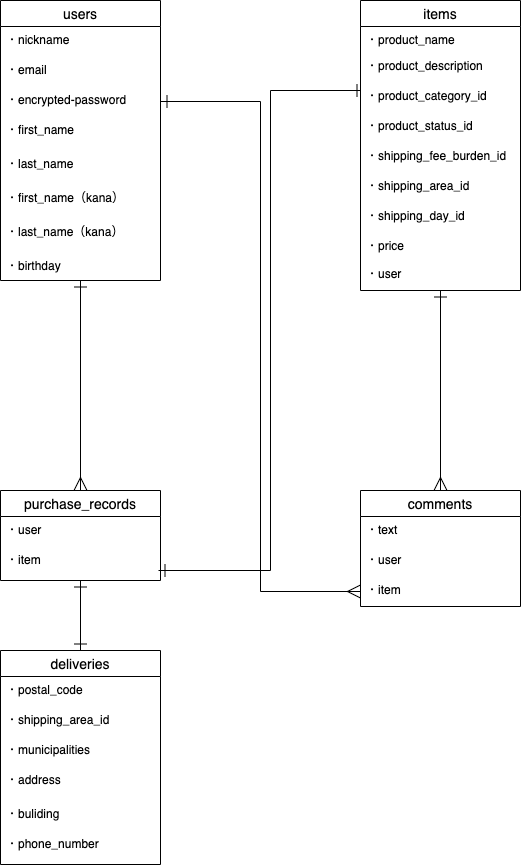
1414287356/furima-32888 keeps this draw.io diagram as furima.drawio.png. Above is the earlier version. Source tidied: cells renumbered, new cells last; positions are measured from the earlier drawing's top-left corner, leaving out a move shared by most shapes. The source it was exported from:
```xml
<mxGraphModel>
  <root>
    <mxCell id="0" />
    <mxCell id="1" parent="0" />
    <mxCell id="2" style="edgeStyle=orthogonalEdgeStyle;rounded=0;jettySize=auto;html=1;entryX=0.5;entryY=0;entryDx=0;entryDy=0;startArrow=ERone;startFill=0;startSize=11;endArrow=ERmany;endFill=0;endSize=11;strokeWidth=1;" parent="1" edge="1" source="3" target="29">
      <mxGeometry relative="1" as="geometry" />
    </mxCell>
    <mxCell id="3" value="users" style="swimlane;fontStyle=0;horizontal=1;startSize=26;align=center;fontSize=14;" parent="1" vertex="1">
      <mxGeometry width="160" height="280" as="geometry" />
    </mxCell>
    <mxCell id="4" value="・nickname" style="text;strokeColor=none;fillColor=none;spacingLeft=4;spacingRight=4;overflow=hidden;fontSize=12;" parent="3" vertex="1">
      <mxGeometry y="26" width="160" height="30" as="geometry" />
    </mxCell>
    <mxCell id="5" value="・email" style="text;strokeColor=none;fillColor=none;spacingLeft=4;spacingRight=4;overflow=hidden;fontSize=12;" parent="3" vertex="1">
      <mxGeometry y="56" width="160" height="30" as="geometry" />
    </mxCell>
    <mxCell id="6" value="・encrypted-password" style="text;strokeColor=none;fillColor=none;spacingLeft=4;spacingRight=4;overflow=hidden;points=[[0,0.5],[1,0.5]];portConstraint=eastwest;fontSize=12;" parent="3" vertex="1">
      <mxGeometry y="86" width="160" height="30" as="geometry" />
    </mxCell>
    <mxCell id="7" value="・first_name" style="text;strokeColor=none;fillColor=none;spacingLeft=4;spacingRight=4;overflow=hidden;fontSize=12;" parent="3" vertex="1">
      <mxGeometry y="116" width="160" height="34" as="geometry" />
    </mxCell>
    <mxCell id="8" value="・last_name" style="text;strokeColor=none;fillColor=none;spacingLeft=4;spacingRight=4;overflow=hidden;fontSize=12;" parent="3" vertex="1">
      <mxGeometry y="150" width="160" height="34" as="geometry" />
    </mxCell>
    <mxCell id="9" value="・first_name（kana）" style="text;strokeColor=none;fillColor=none;spacingLeft=4;spacingRight=4;overflow=hidden;fontSize=12;" parent="3" vertex="1">
      <mxGeometry y="184" width="160" height="34" as="geometry" />
    </mxCell>
    <mxCell id="10" value="・last_name（kana）" style="text;strokeColor=none;fillColor=none;spacingLeft=4;spacingRight=4;overflow=hidden;fontSize=12;" parent="3" vertex="1">
      <mxGeometry y="218" width="160" height="34" as="geometry" />
    </mxCell>
    <mxCell id="11" value="・birthday" style="text;strokeColor=none;fillColor=none;spacingLeft=4;spacingRight=4;overflow=hidden;fontSize=12;" parent="3" vertex="1">
      <mxGeometry y="252" width="160" height="28" as="geometry" />
    </mxCell>
    <mxCell id="12" style="edgeStyle=orthogonalEdgeStyle;rounded=0;jettySize=auto;html=1;entryX=0.5;entryY=0;entryDx=0;entryDy=0;startArrow=ERone;startFill=0;startSize=11;endArrow=ERmany;endFill=0;endSize=11;strokeWidth=1;" parent="1" edge="1" source="13" target="24">
      <mxGeometry relative="1" as="geometry" />
    </mxCell>
    <mxCell id="13" value="items" style="swimlane;fontStyle=0;horizontal=1;startSize=26;align=center;fontSize=14;" parent="1" vertex="1">
      <mxGeometry x="360" width="160" height="290" as="geometry" />
    </mxCell>
    <mxCell id="14" value="・product_name" style="text;strokeColor=none;fillColor=none;spacingLeft=4;spacingRight=4;overflow=hidden;fontSize=12;" parent="13" vertex="1">
      <mxGeometry y="26" width="160" height="26" as="geometry" />
    </mxCell>
    <mxCell id="15" value="・product_description" style="text;strokeColor=none;fillColor=none;spacingLeft=4;spacingRight=4;overflow=hidden;fontSize=12;" parent="13" vertex="1">
      <mxGeometry y="52" width="160" height="30" as="geometry" />
    </mxCell>
    <mxCell id="16" value="・product_category_id" style="text;strokeColor=none;fillColor=none;spacingLeft=4;spacingRight=4;overflow=hidden;fontSize=12;" parent="13" vertex="1">
      <mxGeometry y="82" width="160" height="30" as="geometry" />
    </mxCell>
    <mxCell id="17" style="edgeStyle=orthogonalEdgeStyle;rounded=0;orthogonalLoop=1;jettySize=auto;html=1;exitX=0.5;exitY=1;exitDx=0;exitDy=0;startArrow=ERone;startFill=0;startSize=11;endArrow=ERone;endFill=0;endSize=11;targetPerimeterSpacing=0;strokeWidth=1;" parent="13" edge="1">
      <mxGeometry relative="1" as="geometry">
        <mxPoint x="75" y="56" as="sourcePoint" />
        <mxPoint x="75" y="56" as="targetPoint" />
      </mxGeometry>
    </mxCell>
    <mxCell id="18" value="・product_status_id" style="text;strokeColor=none;fillColor=none;spacingLeft=4;spacingRight=4;overflow=hidden;fontSize=12;" parent="13" vertex="1">
      <mxGeometry y="112" width="160" height="30" as="geometry" />
    </mxCell>
    <mxCell id="19" value="・shipping_fee_burden_id" style="text;strokeColor=none;fillColor=none;spacingLeft=4;spacingRight=4;overflow=hidden;fontSize=12;" parent="13" vertex="1">
      <mxGeometry y="142" width="160" height="30" as="geometry" />
    </mxCell>
    <mxCell id="20" value="・shipping_area_id" style="text;strokeColor=none;fillColor=none;spacingLeft=4;spacingRight=4;overflow=hidden;fontSize=12;" parent="13" vertex="1">
      <mxGeometry y="172" width="160" height="30" as="geometry" />
    </mxCell>
    <mxCell id="21" value="・shipping_day_id" style="text;strokeColor=none;fillColor=none;spacingLeft=4;spacingRight=4;overflow=hidden;fontSize=12;" parent="13" vertex="1">
      <mxGeometry y="202" width="160" height="30" as="geometry" />
    </mxCell>
    <mxCell id="22" value="・price" style="text;strokeColor=none;fillColor=none;spacingLeft=4;spacingRight=4;overflow=hidden;fontSize=12;" parent="13" vertex="1">
      <mxGeometry y="232" width="160" height="28" as="geometry" />
    </mxCell>
    <mxCell id="23" value="・user" style="text;strokeColor=none;fillColor=none;spacingLeft=4;spacingRight=4;overflow=hidden;fontSize=12;sketch=1;" parent="13" vertex="1">
      <mxGeometry y="260" width="160" height="30" as="geometry" />
    </mxCell>
    <mxCell id="24" value="comments" style="swimlane;fontStyle=0;horizontal=1;startSize=26;align=center;fontSize=14;" parent="1" vertex="1">
      <mxGeometry x="360" y="490" width="160" height="116" as="geometry" />
    </mxCell>
    <mxCell id="25" value="・text" style="text;strokeColor=none;fillColor=none;spacingLeft=4;spacingRight=4;overflow=hidden;fontSize=12;" parent="24" vertex="1">
      <mxGeometry y="26" width="160" height="30" as="geometry" />
    </mxCell>
    <mxCell id="26" value="・user" style="text;strokeColor=none;fillColor=none;spacingLeft=4;spacingRight=4;overflow=hidden;points=[[0,0.5],[1,0.5]];portConstraint=eastwest;fontSize=12;" parent="24" vertex="1">
      <mxGeometry y="56" width="160" height="30" as="geometry" />
    </mxCell>
    <mxCell id="27" value="・item" style="text;strokeColor=none;fillColor=none;spacingLeft=4;spacingRight=4;overflow=hidden;points=[[0,0.5],[1,0.5]];portConstraint=eastwest;fontSize=12;" parent="24" vertex="1">
      <mxGeometry y="86" width="160" height="30" as="geometry" />
    </mxCell>
    <mxCell id="28" style="edgeStyle=orthogonalEdgeStyle;rounded=0;jettySize=auto;html=1;entryX=0.5;entryY=0;entryDx=0;entryDy=0;startArrow=ERone;startFill=0;startSize=11;endArrow=ERone;endFill=0;endSize=11;strokeWidth=1;" parent="1" edge="1" source="29" target="32">
      <mxGeometry relative="1" as="geometry" />
    </mxCell>
    <mxCell id="29" value="purchase_records" style="swimlane;fontStyle=0;horizontal=1;startSize=26;align=center;fontSize=14;" parent="1" vertex="1">
      <mxGeometry y="490" width="160" height="90" as="geometry" />
    </mxCell>
    <mxCell id="30" value="・user" style="text;strokeColor=none;fillColor=none;spacingLeft=4;spacingRight=4;overflow=hidden;fontSize=12;sketch=1;" parent="29" vertex="1">
      <mxGeometry y="26" width="160" height="30" as="geometry" />
    </mxCell>
    <mxCell id="31" value="・item" style="text;strokeColor=none;fillColor=none;spacingLeft=4;spacingRight=4;overflow=hidden;fontSize=12;" parent="29" vertex="1">
      <mxGeometry y="56" width="160" height="34" as="geometry" />
    </mxCell>
    <mxCell id="32" value="deliveries" style="swimlane;fontStyle=0;horizontal=1;startSize=26;align=center;fontSize=14;" parent="1" vertex="1">
      <mxGeometry y="650" width="160" height="214" as="geometry" />
    </mxCell>
    <mxCell id="33" value="・postal_code" style="text;strokeColor=none;fillColor=none;spacingLeft=4;spacingRight=4;overflow=hidden;fontSize=12;" parent="32" vertex="1">
      <mxGeometry y="26" width="160" height="30" as="geometry" />
    </mxCell>
    <mxCell id="34" value="・shipping_area_id" style="text;strokeColor=none;fillColor=none;spacingLeft=4;spacingRight=4;overflow=hidden;fontSize=12;" parent="32" vertex="1">
      <mxGeometry y="56" width="160" height="30" as="geometry" />
    </mxCell>
    <mxCell id="35" value="・municipalities" style="text;strokeColor=none;fillColor=none;spacingLeft=4;spacingRight=4;overflow=hidden;fontSize=12;" parent="32" vertex="1">
      <mxGeometry y="86" width="160" height="30" as="geometry" />
    </mxCell>
    <mxCell id="36" value="・address" style="text;strokeColor=none;fillColor=none;spacingLeft=4;spacingRight=4;overflow=hidden;fontSize=12;" parent="32" vertex="1">
      <mxGeometry y="116" width="160" height="34" as="geometry" />
    </mxCell>
    <mxCell id="37" value="・buliding" style="text;strokeColor=none;fillColor=none;spacingLeft=4;spacingRight=4;overflow=hidden;fontSize=12;" parent="32" vertex="1">
      <mxGeometry y="150" width="160" height="30" as="geometry" />
    </mxCell>
    <mxCell id="38" value="・phone_number" style="text;strokeColor=none;fillColor=none;spacingLeft=4;spacingRight=4;overflow=hidden;fontSize=12;" parent="32" vertex="1">
      <mxGeometry y="180" width="160" height="34" as="geometry" />
    </mxCell>
    <mxCell id="39" style="edgeStyle=orthogonalEdgeStyle;rounded=0;orthogonalLoop=1;jettySize=auto;html=1;endArrow=ERone;endFill=0;endSize=11;targetPerimeterSpacing=0;strokeWidth=1;startArrow=ERone;startFill=0;startSize=11;" parent="1" edge="1">
      <mxGeometry relative="1" as="geometry">
        <mxPoint x="350" y="90" as="sourcePoint" />
        <mxPoint x="158" y="570" as="targetPoint" />
        <Array as="points">
          <mxPoint x="360" y="90" />
          <mxPoint x="270" y="90" />
          <mxPoint x="270" y="570" />
        </Array>
      </mxGeometry>
    </mxCell>
    <mxCell id="40" style="edgeStyle=orthogonalEdgeStyle;rounded=0;jettySize=auto;html=1;strokeWidth=1;endSize=11;startArrow=ERone;startFill=0;startSize=11;endArrow=ERmany;endFill=0;" parent="1" edge="1" source="6" target="27">
      <mxGeometry relative="1" as="geometry" />
    </mxCell>
  </root>
</mxGraphModel>
```
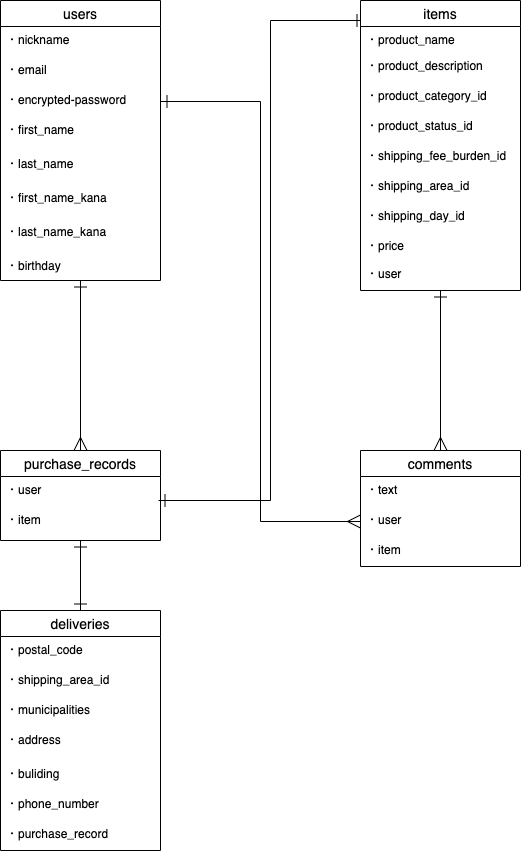
The same file after the commit.

Commit message:
データベース設計_fifth

What changed in the source:
```diff
@@ -6,7 +6,7 @@
       <mxGeometry relative="1" as="geometry" />
     </mxCell>
     <mxCell id="3" value="users" style="swimlane;fontStyle=0;horizontal=1;startSize=26;align=center;fontSize=14;" parent="1" vertex="1">
-      <mxGeometry width="160" height="280" as="geometry" />
+      <mxGeometry y="40" width="160" height="280" as="geometry" />
     </mxCell>
     <mxCell id="4" value="・nickname" style="text;strokeColor=none;fillColor=none;spacingLeft=4;spacingRight=4;overflow=hidden;fontSize=12;" parent="3" vertex="1">
       <mxGeometry y="26" width="160" height="30" as="geometry" />
@@ -23,10 +23,10 @@
     <mxCell id="8" value="・last_name" style="text;strokeColor=none;fillColor=none;spacingLeft=4;spacingRight=4;overflow=hidden;fontSize=12;" parent="3" vertex="1">
       <mxGeometry y="150" width="160" height="34" as="geometry" />
     </mxCell>
-    <mxCell id="9" value="・first_name（kana）" style="text;strokeColor=none;fillColor=none;spacingLeft=4;spacingRight=4;overflow=hidden;fontSize=12;" parent="3" vertex="1">
+    <mxCell id="9" value="・first_name_kana" style="text;strokeColor=none;fillColor=none;spacingLeft=4;spacingRight=4;overflow=hidden;fontSize=12;" parent="3" vertex="1">
       <mxGeometry y="184" width="160" height="34" as="geometry" />
     </mxCell>
-    <mxCell id="10" value="・last_name（kana）" style="text;strokeColor=none;fillColor=none;spacingLeft=4;spacingRight=4;overflow=hidden;fontSize=12;" parent="3" vertex="1">
+    <mxCell id="10" value="・last_name_kana" style="text;strokeColor=none;fillColor=none;spacingLeft=4;spacingRight=4;overflow=hidden;fontSize=12;" parent="3" vertex="1">
       <mxGeometry y="218" width="160" height="34" as="geometry" />
     </mxCell>
     <mxCell id="11" value="・birthday" style="text;strokeColor=none;fillColor=none;spacingLeft=4;spacingRight=4;overflow=hidden;fontSize=12;" parent="3" vertex="1">
@@ -36,7 +36,7 @@
       <mxGeometry relative="1" as="geometry" />
     </mxCell>
     <mxCell id="13" value="items" style="swimlane;fontStyle=0;horizontal=1;startSize=26;align=center;fontSize=14;" parent="1" vertex="1">
-      <mxGeometry x="360" width="160" height="290" as="geometry" />
+      <mxGeometry x="360" y="40" width="160" height="290" as="geometry" />
     </mxCell>
     <mxCell id="14" value="・product_name" style="text;strokeColor=none;fillColor=none;spacingLeft=4;spacingRight=4;overflow=hidden;fontSize=12;" parent="13" vertex="1">
       <mxGeometry y="26" width="160" height="26" as="geometry" />
@@ -96,7 +96,7 @@
       <mxGeometry y="56" width="160" height="34" as="geometry" />
     </mxCell>
     <mxCell id="32" value="deliveries" style="swimlane;fontStyle=0;horizontal=1;startSize=26;align=center;fontSize=14;" parent="1" vertex="1">
-      <mxGeometry y="650" width="160" height="214" as="geometry" />
+      <mxGeometry y="650" width="160" height="240" as="geometry" />
     </mxCell>
     <mxCell id="33" value="・postal_code" style="text;strokeColor=none;fillColor=none;spacingLeft=4;spacingRight=4;overflow=hidden;fontSize=12;" parent="32" vertex="1">
       <mxGeometry y="26" width="160" height="30" as="geometry" />
@@ -114,21 +114,29 @@
       <mxGeometry y="150" width="160" height="30" as="geometry" />
     </mxCell>
     <mxCell id="38" value="・phone_number" style="text;strokeColor=none;fillColor=none;spacingLeft=4;spacingRight=4;overflow=hidden;fontSize=12;" parent="32" vertex="1">
-      <mxGeometry y="180" width="160" height="34" as="geometry" />
+      <mxGeometry y="180" width="160" height="30" as="geometry" />
     </mxCell>
+    <mxCell id="41" value="・purchase_record" style="text;strokeColor=none;fillColor=none;spacingLeft=4;spacingRight=4;overflow=hidden;fontSize=12;" parent="32" vertex="1">
+      <mxGeometry y="210" width="160" height="30" as="geometry" />
+    </mxCell>
     <mxCell id="39" style="edgeStyle=orthogonalEdgeStyle;rounded=0;orthogonalLoop=1;jettySize=auto;html=1;endArrow=ERone;endFill=0;endSize=11;targetPerimeterSpacing=0;strokeWidth=1;startArrow=ERone;startFill=0;startSize=11;" parent="1" edge="1">
       <mxGeometry relative="1" as="geometry">
-        <mxPoint x="350" y="90" as="sourcePoint" />
-        <mxPoint x="158" y="570" as="targetPoint" />
+        <mxPoint x="350" y="60" as="sourcePoint" />
+        <mxPoint x="158" y="540" as="targetPoint" />
         <Array as="points">
-          <mxPoint x="360" y="90" />
-          <mxPoint x="270" y="90" />
-          <mxPoint x="270" y="570" />
+          <mxPoint x="360" y="60" />
+          <mxPoint x="270" y="60" />
+          <mxPoint x="270" y="540" />
         </Array>
       </mxGeometry>
     </mxCell>
-    <mxCell id="40" style="edgeStyle=orthogonalEdgeStyle;rounded=0;jettySize=auto;html=1;strokeWidth=1;endSize=11;startArrow=ERone;startFill=0;startSize=11;endArrow=ERmany;endFill=0;" parent="1" edge="1" source="6" target="27">
-      <mxGeometry relative="1" as="geometry" />
+    <mxCell id="40" style="edgeStyle=orthogonalEdgeStyle;rounded=0;jettySize=auto;html=1;strokeWidth=1;endSize=11;startArrow=ERone;startFill=0;startSize=11;endArrow=ERmany;endFill=0;entryX=0;entryY=0.5;entryDx=0;entryDy=0;" parent="1" edge="1" source="6" target="26">
+      <mxGeometry relative="1" as="geometry">
+        <Array as="points">
+          <mxPoint x="260" y="141" />
+          <mxPoint x="260" y="561" />
+        </Array>
+      </mxGeometry>
     </mxCell>
   </root>
 </mxGraphModel>
```
